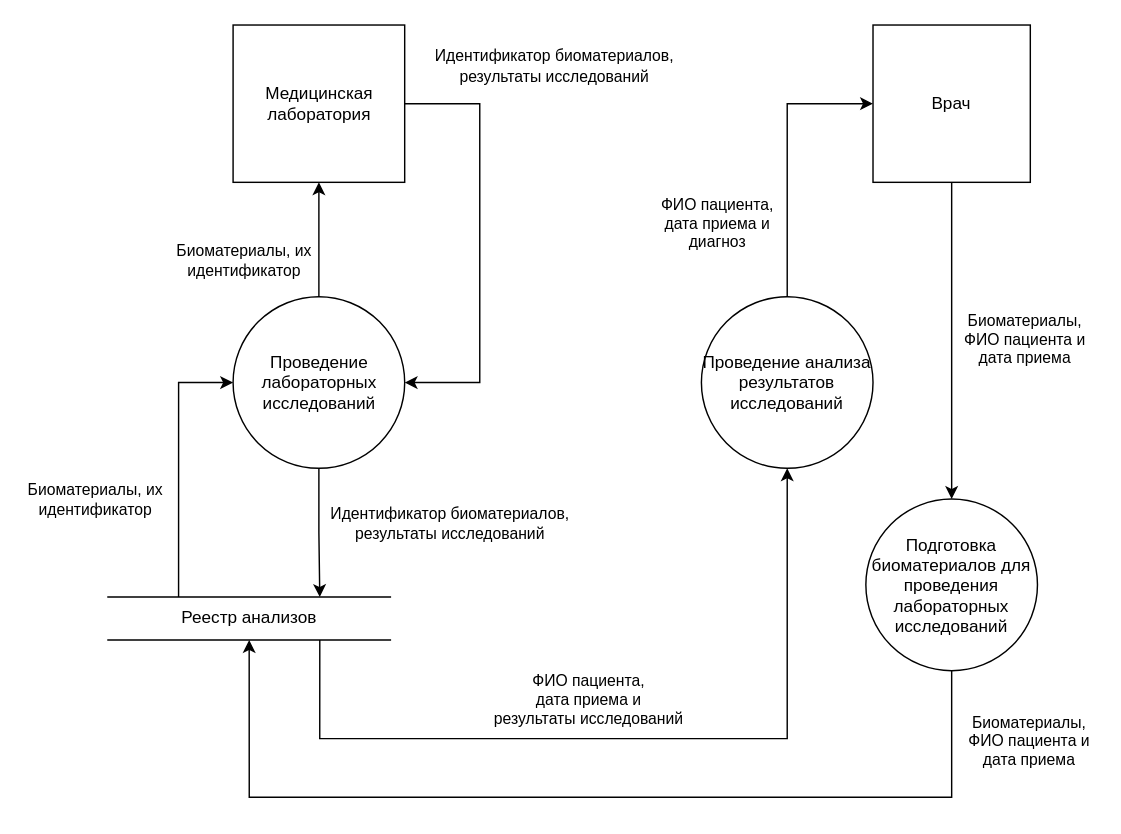
Earlier version of the draw.io diagram Task1/Проведение лабораторных исследований.drawio (dybokvd/architecture-medikamente). Source tidied: cells renumbered, new cells numbered last; positions are measured from the earlier drawing's top-left corner, leaving out a move shared by most shapes. Both pictures are drawn from the tidied source at 143%, with x=0, y=0 at pixel (93, 24).
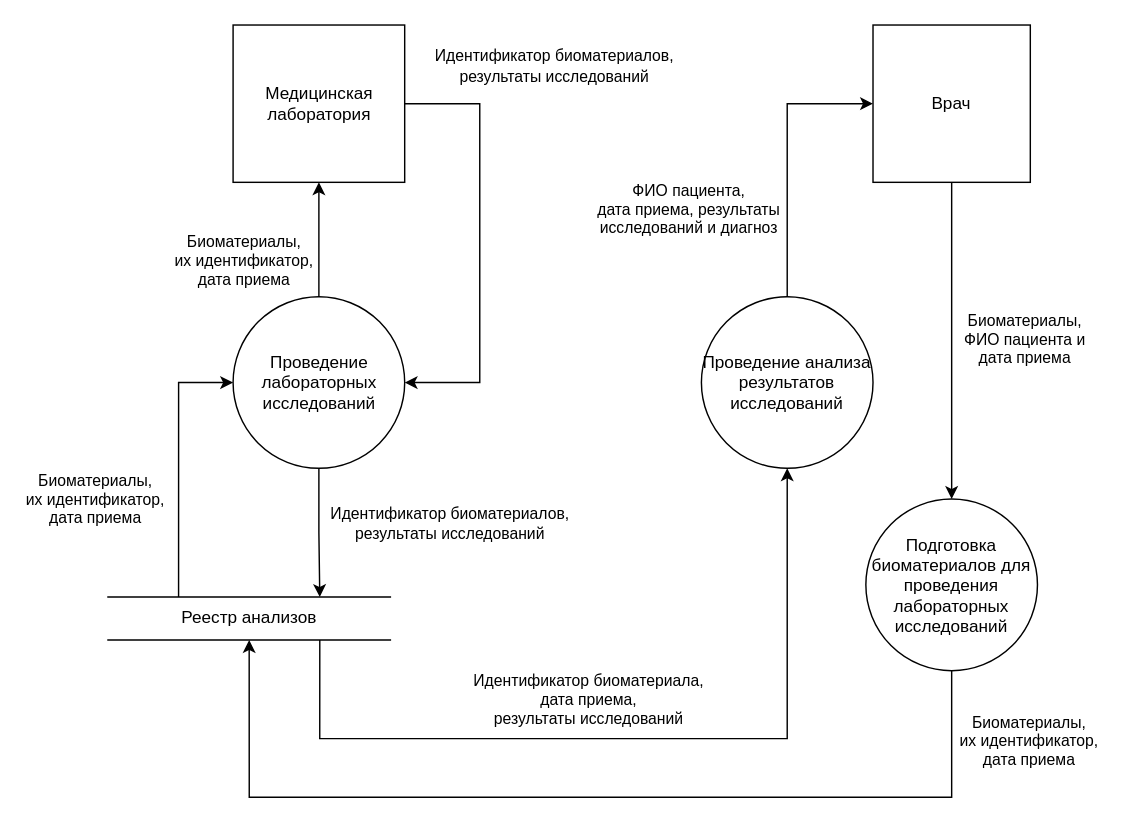
The same diagram, later.

Commit message (it also covers changes not shown here):
Добавил описание проблем текущей архитектуры в первом задании

Diff of the diagram source:
```diff
@@
-    <mxCell id="9" value="Биоматериалы,&lt;div&gt;ФИО пациента и&lt;/div&gt;&lt;div&gt;дата приема&lt;/div&gt;" style="edgeLabel;html=1;align=center;verticalAlign=middle;" parent="1" vertex="1">
+    <mxCell id="9" value="Биоматериалы,&lt;div&gt;их идентификатор,&lt;/div&gt;&lt;div&gt;дата приема&lt;/div&gt;" style="edgeLabel;html=1;align=center;verticalAlign=middle;" parent="1" vertex="1">
       <mxGeometry x="650" y="499" as="geometry">
         <mxPoint x="3" y="1" as="offset" />
       </mxGeometry>
     </mxCell>
@@
-    <mxCell id="17" value="Биоматериалы, их&lt;div&gt;идентификатор&lt;/div&gt;" style="edgeLabel;html=1;align=center;verticalAlign=middle;" parent="1" vertex="1">
+    <mxCell id="17" value="Биоматериалы,&lt;div&gt;их идентификатор,&lt;/div&gt;&lt;div&gt;дата приема&lt;/div&gt;" style="edgeLabel;html=1;align=center;verticalAlign=middle;" parent="1" vertex="1">
       <mxGeometry y="331.5" as="geometry" />
     </mxCell>
@@
-    <mxCell id="20" value="Биоматериалы, их&lt;div&gt;идентификатор&lt;/div&gt;" style="edgeLabel;html=1;align=center;verticalAlign=middle;" parent="1" vertex="1">
+    <mxCell id="20" value="Биоматериалы,&lt;div&gt;их идентификатор,&lt;/div&gt;&lt;div&gt;дата приема&lt;/div&gt;" style="edgeLabel;html=1;align=center;verticalAlign=middle;" parent="1" vertex="1">
       <mxGeometry x="60" y="395" as="geometry">
         <mxPoint x="44" y="-231" as="offset" />
       </mxGeometry>
     </mxCell>
-    <mxCell id="21" value="&lt;div&gt;ФИО пациента,&lt;/div&gt;&lt;div&gt;&lt;span style=&quot;background-color: light-dark(#ffffff, var(--ge-dark-color, #121212)); color: light-dark(rgb(0, 0, 0), rgb(255, 255, 255));&quot;&gt;дата&amp;nbsp;&lt;/span&gt;&lt;span style=&quot;background-color: light-dark(#ffffff, var(--ge-dark-color, #121212)); color: light-dark(rgb(0, 0, 0), rgb(255, 255, 255));&quot;&gt;приема и&lt;/span&gt;&lt;/div&gt;&lt;div&gt;&lt;span style=&quot;background-color: light-dark(#ffffff, var(--ge-dark-color, #121212)); color: light-dark(rgb(0, 0, 0), rgb(255, 255, 255));&quot;&gt;результаты исследований&lt;/span&gt;&lt;/div&gt;" style="edgeLabel;html=1;align=center;verticalAlign=middle;" parent="1" vertex="1">
+    <mxCell id="21" value="&lt;div&gt;&lt;div&gt;Идентификатор биоматериала,&lt;/div&gt;&lt;div&gt;дата приема,&lt;/div&gt;&lt;/div&gt;&lt;div&gt;&lt;span style=&quot;background-color: light-dark(#ffffff, var(--ge-dark-color, #121212)); color: light-dark(rgb(0, 0, 0), rgb(255, 255, 255));&quot;&gt;результаты исследований&lt;/span&gt;&lt;/div&gt;" style="edgeLabel;html=1;align=center;verticalAlign=middle;" parent="1" vertex="1">
       <mxGeometry x="344" y="451.5" as="geometry">
         <mxPoint x="1" y="20" as="offset" />
       </mxGeometry>
     </mxCell>
@@
-    <mxCell id="24" value="&lt;div&gt;ФИО пациента,&lt;/div&gt;&lt;div&gt;&lt;span style=&quot;background-color: light-dark(#ffffff, var(--ge-dark-color, #121212)); color: light-dark(rgb(0, 0, 0), rgb(255, 255, 255));&quot;&gt;дата&amp;nbsp;&lt;/span&gt;&lt;span style=&quot;background-color: light-dark(#ffffff, var(--ge-dark-color, #121212)); color: light-dark(rgb(0, 0, 0), rgb(255, 255, 255));&quot;&gt;приема и&lt;/span&gt;&lt;/div&gt;&lt;div&gt;&lt;span style=&quot;background-color: light-dark(#ffffff, var(--ge-dark-color, #121212)); color: light-dark(rgb(0, 0, 0), rgb(255, 255, 255));&quot;&gt;диагноз&lt;/span&gt;&lt;/div&gt;" style="edgeLabel;html=1;align=center;verticalAlign=middle;" parent="1" vertex="1">
-      <mxGeometry x="430" y="469" as="geometry">
+    <mxCell id="24" value="&lt;div&gt;ФИО пациента,&lt;/div&gt;&lt;div&gt;&lt;span style=&quot;background-color: light-dark(#ffffff, var(--ge-dark-color, #121212)); color: light-dark(rgb(0, 0, 0), rgb(255, 255, 255));&quot;&gt;дата&amp;nbsp;&lt;/span&gt;&lt;span style=&quot;background-color: light-dark(#ffffff, var(--ge-dark-color, #121212)); color: light-dark(rgb(0, 0, 0), rgb(255, 255, 255));&quot;&gt;приема, результаты&lt;/span&gt;&lt;/div&gt;&lt;div&gt;&lt;span style=&quot;background-color: light-dark(#ffffff, var(--ge-dark-color, #121212)); color: light-dark(rgb(0, 0, 0), rgb(255, 255, 255));&quot;&gt;исследований и&amp;nbsp;&lt;/span&gt;&lt;span style=&quot;background-color: light-dark(#ffffff, var(--ge-dark-color, #121212)); color: light-dark(rgb(0, 0, 0), rgb(255, 255, 255));&quot;&gt;диагноз&lt;/span&gt;&lt;/div&gt;" style="edgeLabel;html=1;align=center;verticalAlign=middle;" parent="1" vertex="1">
+      <mxGeometry x="410" y="459" as="geometry">
         <mxPoint x="5" y="-331" as="offset" />
       </mxGeometry>
     </mxCell>
```
